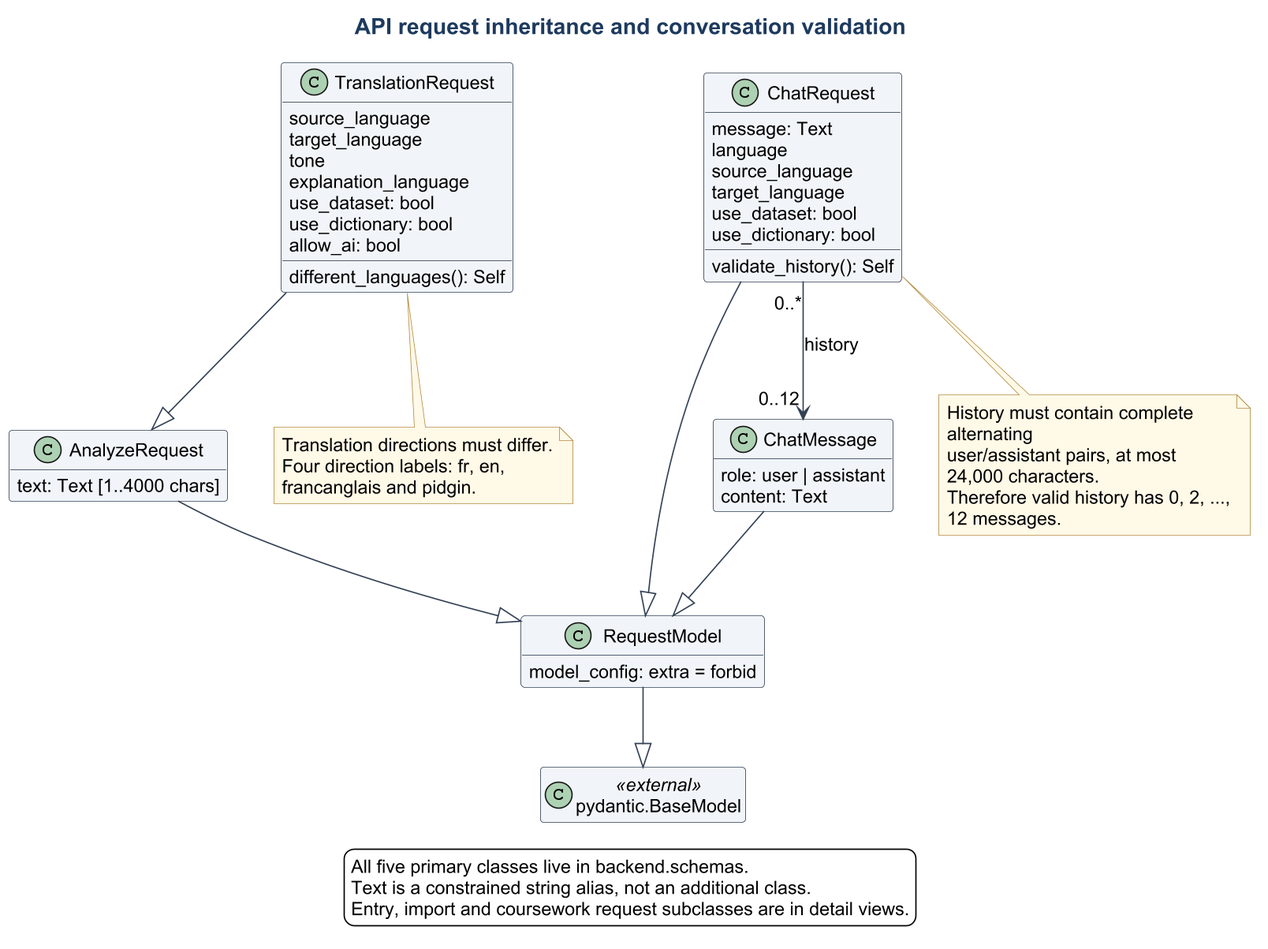
Before: docs/diagrams/class-api-requests.png, a diagram exported from PlantUML (Suraku237/francanglaiscompiler). Source of this version:
```plantuml
@startuml
!include theme.iuml
title API request inheritance and conversation validation
hide empty members
class "pydantic.BaseModel" as BaseModel <<external>>
class RequestModel {
  model_config: extra = forbid
}
class AnalyzeRequest {
  text: Text [1..4000 chars]
}
class TranslationRequest {
  source_language
  target_language
  tone
  explanation_language
  use_dataset: bool
  use_dictionary: bool
  allow_ai: bool
  different_languages(): Self
}
class ChatRequest {
  message: Text
  language
  source_language
  target_language
  use_dataset: bool
  use_dictionary: bool
  validate_history(): Self
}
class ChatMessage {
  role: user | assistant
  content: Text
}
RequestModel --|> BaseModel
AnalyzeRequest --|> RequestModel
TranslationRequest --|> AnalyzeRequest
ChatRequest --|> RequestModel
ChatMessage --|> RequestModel
ChatRequest "0..*" --> "0..12" ChatMessage : history
note bottom of TranslationRequest
  Translation directions must differ.
  Four direction labels: fr, en,
  francanglais and pidgin.
end note
note bottom of ChatRequest
  History must contain complete alternating
  user/assistant pairs, at most 24,000 characters.
  Therefore valid history has 0, 2, ..., 12 messages.
end note
legend bottom
  All five primary classes live in backend.schemas.
  Text is a constrained string alias, not an additional class.
  Entry, import and coursework request subclasses are in detail views.
endlegend
@enduml
```
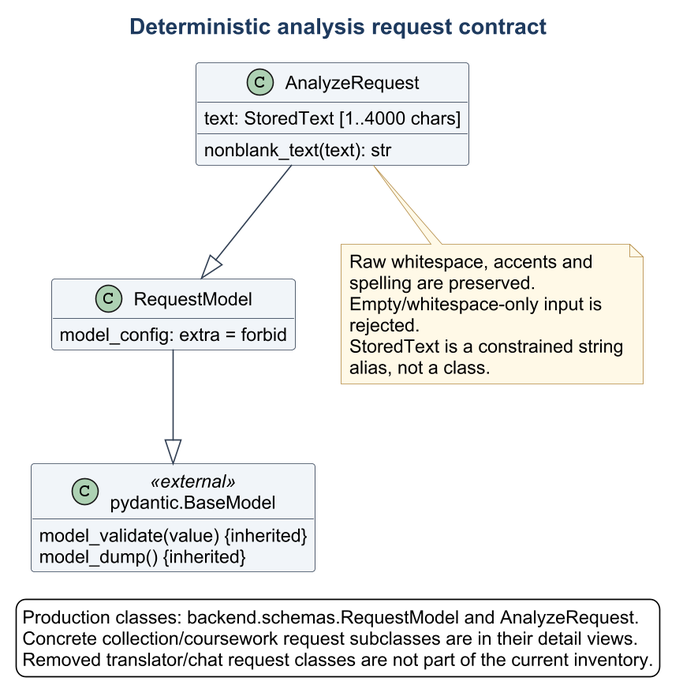
After the change.

Diff of the diagram source:
```diff
@@ -1,56 +1,28 @@
 @startuml
 !include theme.iuml
-title API request inheritance and conversation validation
+title Deterministic analysis request contract
 hide empty members
-class "pydantic.BaseModel" as BaseModel <<external>>
+class "pydantic.BaseModel" as BaseModel <<external>> {
+  model_validate(value) {inherited}
+  model_dump() {inherited}
+}
 class RequestModel {
   model_config: extra = forbid
 }
 class AnalyzeRequest {
-  text: Text [1..4000 chars]
-}
-class TranslationRequest {
-  source_language
-  target_language
-  tone
-  explanation_language
-  use_dataset: bool
-  use_dictionary: bool
-  allow_ai: bool
-  different_languages(): Self
-}
-class ChatRequest {
-  message: Text
-  language
-  source_language
-  target_language
-  use_dataset: bool
-  use_dictionary: bool
-  validate_history(): Self
-}
-class ChatMessage {
-  role: user | assistant
-  content: Text
+  text: StoredText [1..4000 chars]
+  nonblank_text(text): str
 }
 RequestModel --|> BaseModel
 AnalyzeRequest --|> RequestModel
-TranslationRequest --|> AnalyzeRequest
-ChatRequest --|> RequestModel
-ChatMessage --|> RequestModel
-ChatRequest "0..*" --> "0..12" ChatMessage : history
-note bottom of TranslationRequest
-  Translation directions must differ.
-  Four direction labels: fr, en,
-  francanglais and pidgin.
-end note
-note bottom of ChatRequest
-  History must contain complete alternating
-  user/assistant pairs, at most 24,000 characters.
-  Therefore valid history has 0, 2, ..., 12 messages.
+note bottom of AnalyzeRequest
+  Raw whitespace, accents and spelling are preserved.
+  Empty/whitespace-only input is rejected.
+  StoredText is a constrained string alias, not a class.
 end note
 legend bottom
-  All five primary classes live in backend.schemas.
-  Text is a constrained string alias, not an additional class.
-  Entry, import and coursework request subclasses are in detail views.
+  Production classes: backend.schemas.RequestModel and AnalyzeRequest.
+  Concrete collection/coursework request subclasses are in their detail views.
+  Removed translator/chat request classes are not part of the current inventory.
 endlegend
 @enduml
```
